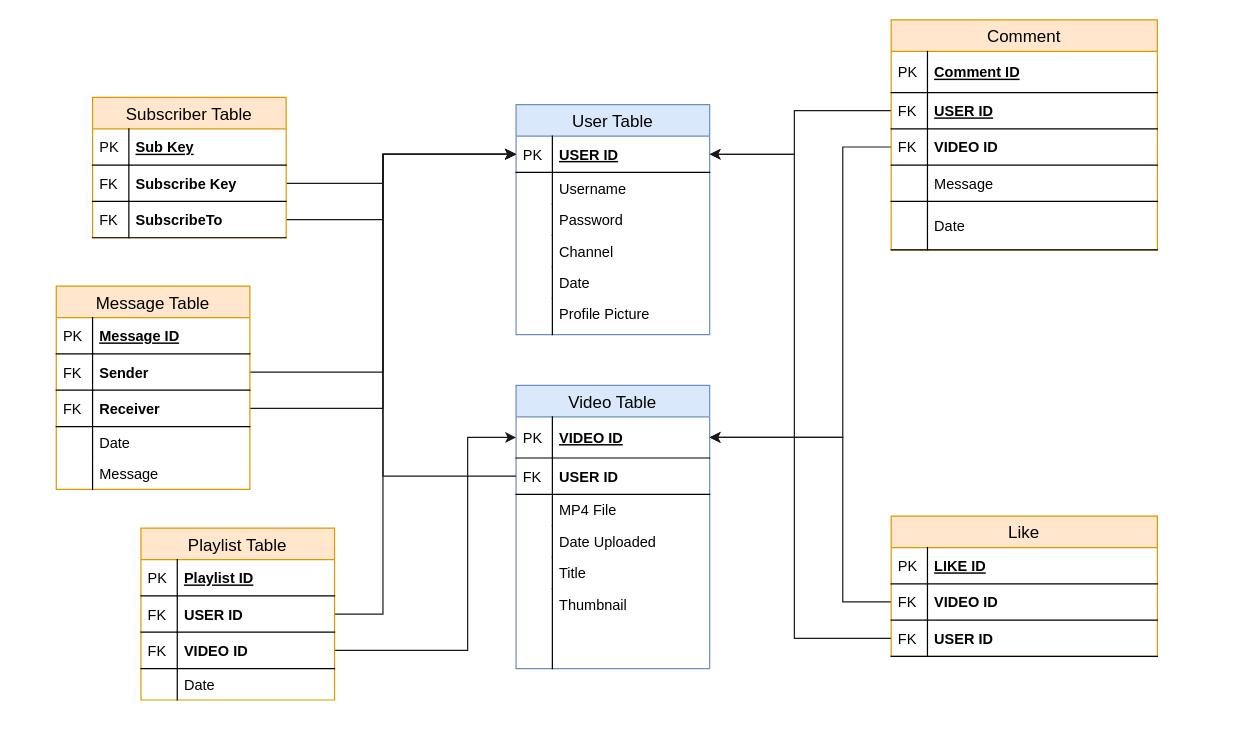
Above: Design/Tables/MeTube Table Schema.drawio in Jacob-Mellichamp/MeTube (draw.io), before the change. Source tidied: cells renumbered, new cells numbered last; positions are measured from the earlier drawing's top-left corner, leaving out a move shared by most shapes. Both pictures are drawn from the tidied source at 121%, with x=0, y=0 at pixel (56, 19).
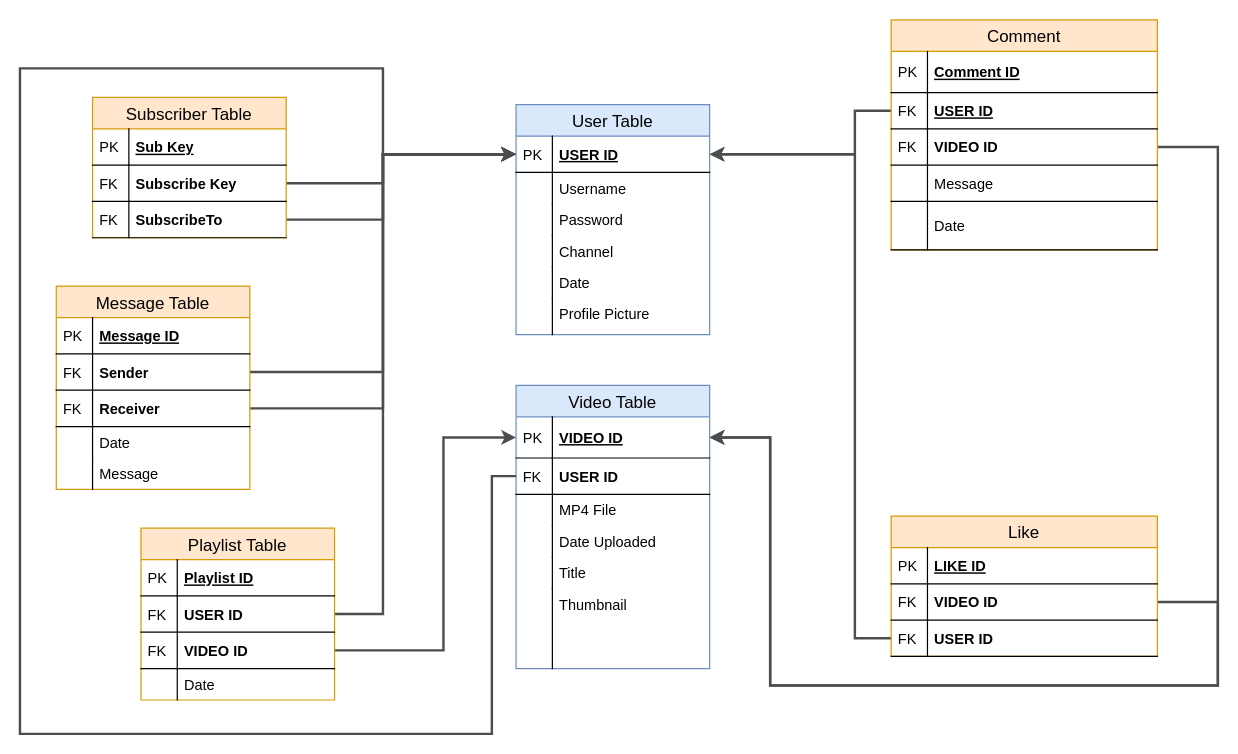
The same diagram, later.

The change refers to these unchanged cells:
```xml
<mxCell id="3" value="USER ID" style="shape=partialRectangle;top=0;left=0;right=0;bottom=1;align=left;verticalAlign=middle;fillColor=none;spacingLeft=34;spacingRight=4;overflow=hidden;points=[[0,0.5],[1,0.5]];portConstraint=eastwest;fontStyle=5;fontSize=12;" parent="2" vertex="1">
  <mxGeometry y="26" width="160" height="30" as="geometry" />
</mxCell>
<mxCell id="16" value="VIDEO ID" style="shape=partialRectangle;top=0;left=0;right=0;bottom=1;align=left;verticalAlign=middle;fillColor=none;spacingLeft=34;spacingRight=4;overflow=hidden;points=[[0,0.5],[1,0.5]];portConstraint=eastwest;fontStyle=5;fontSize=12;" parent="15" vertex="1">
  <mxGeometry y="26" width="160" height="34" as="geometry" />
</mxCell>
<mxCell id="18" value="USER ID" style="shape=partialRectangle;top=0;left=0;right=0;bottom=1;align=left;verticalAlign=middle;fillColor=none;spacingLeft=34;spacingRight=4;overflow=hidden;points=[[0,0.5],[1,0.5]];portConstraint=eastwest;fontStyle=1;fontSize=12;" parent="15" vertex="1">
  <mxGeometry y="60" width="160" height="30" as="geometry" />
</mxCell>
<mxCell id="42" value="USER ID" style="shape=partialRectangle;top=0;left=0;right=0;bottom=1;align=left;verticalAlign=middle;fillColor=none;spacingLeft=34;spacingRight=4;overflow=hidden;points=[[0,0.5],[1,0.5]];portConstraint=eastwest;fontStyle=5;fontSize=12;" parent="39" vertex="1">
  <mxGeometry y="60" width="220" height="30" as="geometry" />
</mxCell>
<mxCell id="44" value="VIDEO ID" style="shape=partialRectangle;top=0;left=0;right=0;bottom=1;align=left;verticalAlign=middle;fillColor=none;spacingLeft=34;spacingRight=4;overflow=hidden;points=[[0,0.5],[1,0.5]];portConstraint=eastwest;fontStyle=1;fontSize=12;" parent="39" vertex="1">
  <mxGeometry y="90" width="220" height="30" as="geometry" />
</mxCell>
<mxCell id="53" value="VIDEO ID" style="shape=partialRectangle;top=0;left=0;right=0;bottom=1;align=left;verticalAlign=middle;fillColor=none;spacingLeft=34;spacingRight=4;overflow=hidden;points=[[0,0.5],[1,0.5]];portConstraint=eastwest;fontStyle=1;fontSize=12;" parent="50" vertex="1">
  <mxGeometry y="56" width="220" height="30" as="geometry" />
</mxCell>
<mxCell id="55" value="USER ID" style="shape=partialRectangle;top=0;left=0;right=0;bottom=1;align=left;verticalAlign=middle;fillColor=none;spacingLeft=34;spacingRight=4;overflow=hidden;points=[[0,0.5],[1,0.5]];portConstraint=eastwest;fontStyle=1;fontSize=12;" parent="50" vertex="1">
  <mxGeometry y="86" width="220" height="30" as="geometry" />
</mxCell>
<mxCell id="60" value="Sender" style="shape=partialRectangle;top=0;left=0;right=0;bottom=1;align=left;verticalAlign=middle;fillColor=none;spacingLeft=34;spacingRight=4;overflow=hidden;points=[[0,0.5],[1,0.5]];portConstraint=eastwest;fontStyle=1;fontSize=12;" parent="57" vertex="1">
  <mxGeometry y="56" width="160" height="30" as="geometry" />
</mxCell>
<mxCell id="62" value="Receiver" style="shape=partialRectangle;top=0;left=0;right=0;bottom=1;align=left;verticalAlign=middle;fillColor=none;spacingLeft=34;spacingRight=4;overflow=hidden;points=[[0,0.5],[1,0.5]];portConstraint=eastwest;fontStyle=1;fontSize=12;" parent="57" vertex="1">
  <mxGeometry y="86" width="160" height="30" as="geometry" />
</mxCell>
<mxCell id="71" value="Subscribe Key" style="shape=partialRectangle;top=0;left=0;right=0;bottom=1;align=left;verticalAlign=middle;fillColor=none;spacingLeft=34;spacingRight=4;overflow=hidden;points=[[0,0.5],[1,0.5]];portConstraint=eastwest;fontStyle=1;fontSize=12;" parent="68" vertex="1">
  <mxGeometry y="56" width="160" height="30" as="geometry" />
</mxCell>
<mxCell id="73" value="SubscribeTo" style="shape=partialRectangle;top=0;left=0;right=0;bottom=1;align=left;verticalAlign=middle;fillColor=none;spacingLeft=34;spacingRight=4;overflow=hidden;points=[[0,0.5],[1,0.5]];portConstraint=eastwest;fontStyle=1;fontSize=12;" parent="68" vertex="1">
  <mxGeometry y="86" width="160" height="30" as="geometry" />
</mxCell>
<mxCell id="78" value="USER ID" style="shape=partialRectangle;top=0;left=0;right=0;bottom=1;align=left;verticalAlign=middle;fillColor=none;spacingLeft=34;spacingRight=4;overflow=hidden;points=[[0,0.5],[1,0.5]];portConstraint=eastwest;fontStyle=1;fontSize=12;" parent="75" vertex="1">
  <mxGeometry y="56" width="160" height="30" as="geometry" />
</mxCell>
<mxCell id="80" value="VIDEO ID" style="shape=partialRectangle;top=0;left=0;right=0;bottom=1;align=left;verticalAlign=middle;fillColor=none;spacingLeft=34;spacingRight=4;overflow=hidden;points=[[0,0.5],[1,0.5]];portConstraint=eastwest;fontStyle=1;fontSize=12;" parent="75" vertex="1">
  <mxGeometry y="86" width="160" height="30" as="geometry" />
</mxCell>
```

Diff of the diagram source:
```diff
@@
-    <mxCell id="28" style="edgeStyle=orthogonalEdgeStyle;rounded=0;jettySize=auto;html=1;exitX=0;exitY=0.5;exitDx=0;exitDy=0;fillColor=#dae8fc;strokeColor=#1A1A1A;strokeWidth=1;entryX=0;entryY=0.5;entryDx=0;entryDy=0;" parent="1" edge="1" source="18" target="3">
+    <mxCell id="28" style="edgeStyle=orthogonalEdgeStyle;rounded=0;jettySize=auto;html=1;exitX=0;exitY=0.5;exitDx=0;exitDy=0;fillColor=#dae8fc;strokeColor=#4D4D4D;strokeWidth=2;entryX=0;entryY=0.5;entryDx=0;entryDy=0;" parent="1" edge="1" source="18" target="3">
       <mxGeometry relative="1" as="geometry">
         <Array as="points">
-          <mxPoint x="270" y="377" />
+          <mxPoint x="360" y="377" />
+          <mxPoint x="360" y="590" />
+          <mxPoint x="-30" y="590" />
+          <mxPoint x="-30" y="40" />
+          <mxPoint x="270" y="40" />
           <mxPoint x="270" y="111" />
         </Array>
       </mxGeometry>
     </mxCell>
-    <mxCell id="29" style="edgeStyle=orthogonalEdgeStyle;rounded=0;jettySize=auto;html=1;fillColor=#dae8fc;strokeColor=#1A1A1A;exitX=0;exitY=0.5;exitDx=0;exitDy=0;entryX=1;entryY=0.5;entryDx=0;entryDy=0;" parent="1" edge="1" source="55" target="3">
+    <mxCell id="29" style="edgeStyle=orthogonalEdgeStyle;rounded=0;jettySize=auto;html=1;fillColor=#dae8fc;strokeColor=#4D4D4D;exitX=0;exitY=0.5;exitDx=0;exitDy=0;entryX=1;entryY=0.5;entryDx=0;entryDy=0;strokeWidth=2;" parent="1" edge="1" source="55" target="3">
       <mxGeometry relative="1" as="geometry">
         <Array as="points">
-          <mxPoint x="610" y="511" />
-          <mxPoint x="610" y="111" />
+          <mxPoint x="660" y="511" />
+          <mxPoint x="660" y="111" />
         </Array>
       </mxGeometry>
     </mxCell>
-    <mxCell id="30" style="edgeStyle=orthogonalEdgeStyle;rounded=0;jettySize=auto;html=1;exitX=0;exitY=0.5;exitDx=0;exitDy=0;fillColor=#dae8fc;strokeColor=#1A1A1A;entryX=1;entryY=0.5;entryDx=0;entryDy=0;" parent="1" edge="1" source="53" target="16">
+    <mxCell id="30" style="edgeStyle=orthogonalEdgeStyle;rounded=0;jettySize=auto;html=1;fillColor=#dae8fc;strokeColor=#4D4D4D;entryX=1;entryY=0.5;entryDx=0;entryDy=0;exitX=1;exitY=0.5;exitDx=0;exitDy=0;strokeWidth=2;" parent="1" edge="1" source="53" target="16">
       <mxGeometry relative="1" as="geometry">
         <Array as="points">
-          <mxPoint x="650" y="481" />
-          <mxPoint x="650" y="345" />
+          <mxPoint x="960" y="481" />
+          <mxPoint x="960" y="550" />
+          <mxPoint x="590" y="550" />
+          <mxPoint x="590" y="345" />
         </Array>
       </mxGeometry>
     </mxCell>
-    <mxCell id="31" style="edgeStyle=orthogonalEdgeStyle;rounded=0;jettySize=auto;html=1;fillColor=#dae8fc;strokeColor=#1A1A1A;exitX=0;exitY=0.5;exitDx=0;exitDy=0;entryX=1;entryY=0.5;entryDx=0;entryDy=0;" parent="1" edge="1" source="42" target="3">
+    <mxCell id="31" style="edgeStyle=orthogonalEdgeStyle;rounded=0;jettySize=auto;html=1;fillColor=#dae8fc;strokeColor=#4D4D4D;exitX=0;exitY=0.5;exitDx=0;exitDy=0;entryX=1;entryY=0.5;entryDx=0;entryDy=0;strokeWidth=2;" parent="1" edge="1" source="42" target="3">
       <mxGeometry relative="1" as="geometry">
         <Array as="points">
-          <mxPoint x="610" y="75" />
-          <mxPoint x="610" y="111" />
+          <mxPoint x="660" y="75" />
+          <mxPoint x="660" y="111" />
         </Array>
       </mxGeometry>
     </mxCell>
-    <mxCell id="32" style="edgeStyle=orthogonalEdgeStyle;rounded=0;jettySize=auto;html=1;fillColor=#dae8fc;strokeColor=#1A1A1A;exitX=0;exitY=0.5;exitDx=0;exitDy=0;entryX=1;entryY=0.5;entryDx=0;entryDy=0;" parent="1" edge="1" source="44" target="16">
+    <mxCell id="32" style="edgeStyle=orthogonalEdgeStyle;rounded=0;jettySize=auto;html=1;fillColor=#dae8fc;strokeColor=#4D4D4D;entryX=1;entryY=0.5;entryDx=0;entryDy=0;exitX=1;exitY=0.5;exitDx=0;exitDy=0;strokeWidth=2;" parent="1" edge="1" source="44" target="16">
       <mxGeometry relative="1" as="geometry">
         <Array as="points">
-          <mxPoint x="650" y="105" />
-          <mxPoint x="650" y="345" />
+          <mxPoint x="960" y="105" />
+          <mxPoint x="960" y="550" />
+          <mxPoint x="590" y="550" />
+          <mxPoint x="590" y="345" />
         </Array>
       </mxGeometry>
     </mxCell>
-    <mxCell id="33" style="edgeStyle=orthogonalEdgeStyle;rounded=0;jettySize=auto;html=1;fillColor=#dae8fc;strokeColor=#1A1A1A;exitX=1;exitY=0.5;exitDx=0;exitDy=0;entryX=0;entryY=0.5;entryDx=0;entryDy=0;" parent="1" edge="1" source="71" target="3">
+    <mxCell id="33" style="edgeStyle=orthogonalEdgeStyle;rounded=0;jettySize=auto;html=1;fillColor=#dae8fc;strokeColor=#4D4D4D;exitX=1;exitY=0.5;exitDx=0;exitDy=0;entryX=0;entryY=0.5;entryDx=0;entryDy=0;strokeWidth=2;" parent="1" edge="1" source="71" target="3">
       <mxGeometry relative="1" as="geometry">
         <Array as="points">
           <mxPoint x="270" y="135" />
           <mxPoint x="270" y="111" />
         </Array>
       </mxGeometry>
     </mxCell>
-    <mxCell id="34" style="edgeStyle=orthogonalEdgeStyle;rounded=0;jettySize=auto;html=1;fillColor=#dae8fc;strokeColor=#1A1A1A;exitX=1;exitY=0.5;exitDx=0;exitDy=0;entryX=0;entryY=0.5;entryDx=0;entryDy=0;" parent="1" edge="1" source="73" target="3">
+    <mxCell id="34" style="edgeStyle=orthogonalEdgeStyle;rounded=0;jettySize=auto;html=1;fillColor=#dae8fc;strokeColor=#4D4D4D;exitX=1;exitY=0.5;exitDx=0;exitDy=0;entryX=0;entryY=0.5;entryDx=0;entryDy=0;strokeWidth=2;" parent="1" edge="1" source="73" target="3">
       <mxGeometry relative="1" as="geometry">
         <Array as="points">
           <mxPoint x="270" y="165" />
           <mxPoint x="270" y="111" />
         </Array>
       </mxGeometry>
     </mxCell>
-    <mxCell id="35" style="edgeStyle=orthogonalEdgeStyle;rounded=0;jettySize=auto;html=1;fillColor=#dae8fc;strokeColor=#1A1A1A;entryX=0;entryY=0.5;entryDx=0;entryDy=0;exitX=1;exitY=0.5;exitDx=0;exitDy=0;" parent="1" edge="1" source="60" target="3">
+    <mxCell id="35" style="edgeStyle=orthogonalEdgeStyle;rounded=0;jettySize=auto;html=1;fillColor=#dae8fc;strokeColor=#4D4D4D;entryX=0;entryY=0.5;entryDx=0;entryDy=0;exitX=1;exitY=0.5;exitDx=0;exitDy=0;strokeWidth=2;" parent="1" edge="1" source="60" target="3">
       <mxGeometry relative="1" as="geometry">
         <Array as="points">
           <mxPoint x="270" y="291" />
           <mxPoint x="270" y="111" />
         </Array>
       </mxGeometry>
     </mxCell>
-    <mxCell id="36" style="edgeStyle=orthogonalEdgeStyle;rounded=0;jettySize=auto;html=1;fillColor=#dae8fc;strokeColor=#1A1A1A;exitX=1;exitY=0.5;exitDx=0;exitDy=0;entryX=0;entryY=0.5;entryDx=0;entryDy=0;" parent="1" edge="1" source="62" target="3">
+    <mxCell id="36" style="edgeStyle=orthogonalEdgeStyle;rounded=0;jettySize=auto;html=1;fillColor=#dae8fc;strokeColor=#4D4D4D;exitX=1;exitY=0.5;exitDx=0;exitDy=0;entryX=0;entryY=0.5;entryDx=0;entryDy=0;strokeWidth=2;" parent="1" edge="1" source="62" target="3">
       <mxGeometry relative="1" as="geometry">
         <Array as="points">
           <mxPoint x="270" y="321" />
           <mxPoint x="270" y="111" />
         </Array>
       </mxGeometry>
     </mxCell>
-    <mxCell id="37" style="edgeStyle=orthogonalEdgeStyle;rounded=0;jettySize=auto;html=1;fillColor=#dae8fc;strokeColor=#1A1A1A;exitX=1;exitY=0.5;exitDx=0;exitDy=0;entryX=0;entryY=0.5;entryDx=0;entryDy=0;" parent="1" edge="1" source="78" target="3">
+    <mxCell id="37" style="edgeStyle=orthogonalEdgeStyle;rounded=0;jettySize=auto;html=1;fillColor=#dae8fc;strokeColor=#4D4D4D;exitX=1;exitY=0.5;exitDx=0;exitDy=0;entryX=0;entryY=0.5;entryDx=0;entryDy=0;strokeWidth=2;" parent="1" edge="1" source="78" target="3">
       <mxGeometry relative="1" as="geometry">
         <Array as="points">
           <mxPoint x="270" y="491" />
           <mxPoint x="270" y="111" />
         </Array>
       </mxGeometry>
     </mxCell>
-    <mxCell id="38" style="edgeStyle=orthogonalEdgeStyle;rounded=0;jettySize=auto;html=1;fillColor=#dae8fc;strokeColor=#1A1A1A;exitX=1;exitY=0.5;exitDx=0;exitDy=0;entryX=0;entryY=0.5;entryDx=0;entryDy=0;" parent="1" edge="1" source="80" target="16">
+    <mxCell id="38" style="edgeStyle=orthogonalEdgeStyle;rounded=0;jettySize=auto;html=1;fillColor=#dae8fc;strokeColor=#4D4D4D;exitX=1;exitY=0.5;exitDx=0;exitDy=0;entryX=0;entryY=0.5;entryDx=0;entryDy=0;strokeWidth=2;" parent="1" edge="1" source="80" target="16">
       <mxGeometry relative="1" as="geometry">
         <Array as="points">
-          <mxPoint x="340" y="521" />
-          <mxPoint x="340" y="345" />
+          <mxPoint x="320" y="521" />
+          <mxPoint x="320" y="345" />
         </Array>
       </mxGeometry>
     </mxCell>
```
